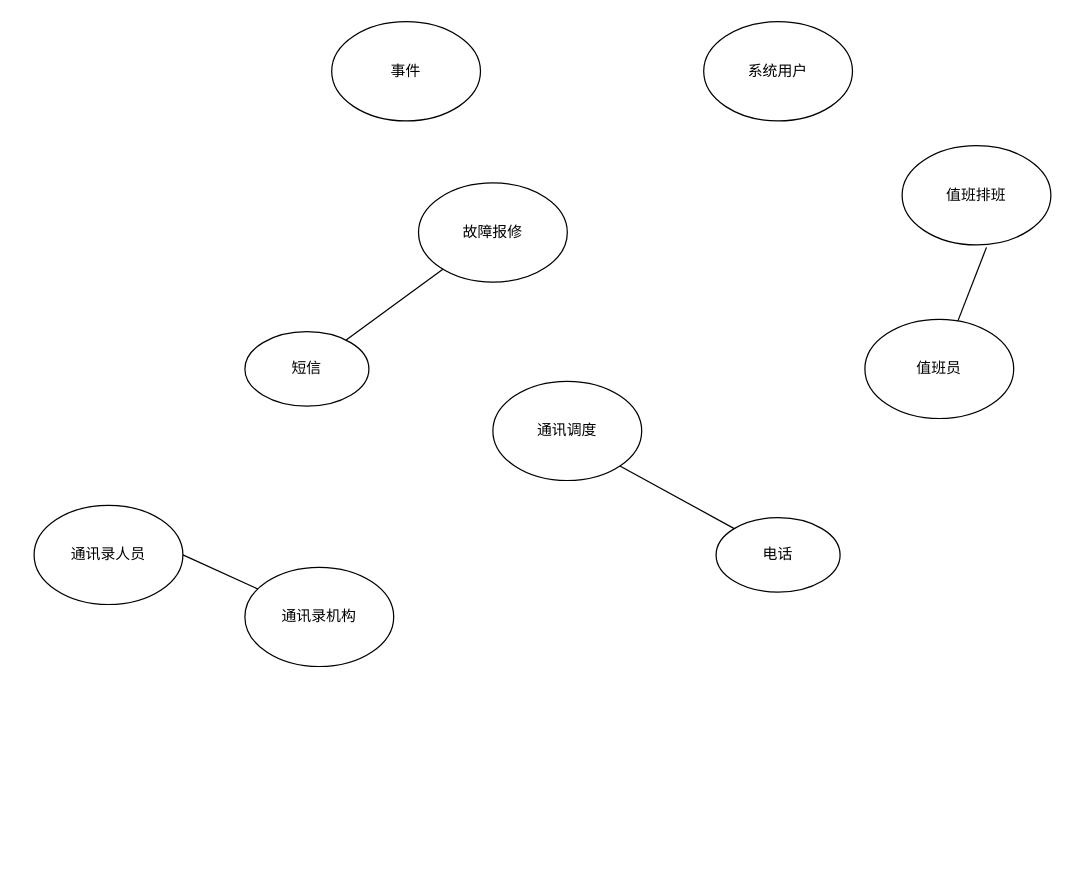
Earlier version of the draw.io diagram 数据关联分析.drawio (hejinxu/docverter). Source tidied: cells renumbered, new cells numbered last; positions are measured from the earlier drawing's top-left corner, leaving out a move shared by most shapes. Both pictures are drawn from the tidied source at 124%, with x=0, y=0 at pixel (33, 21).
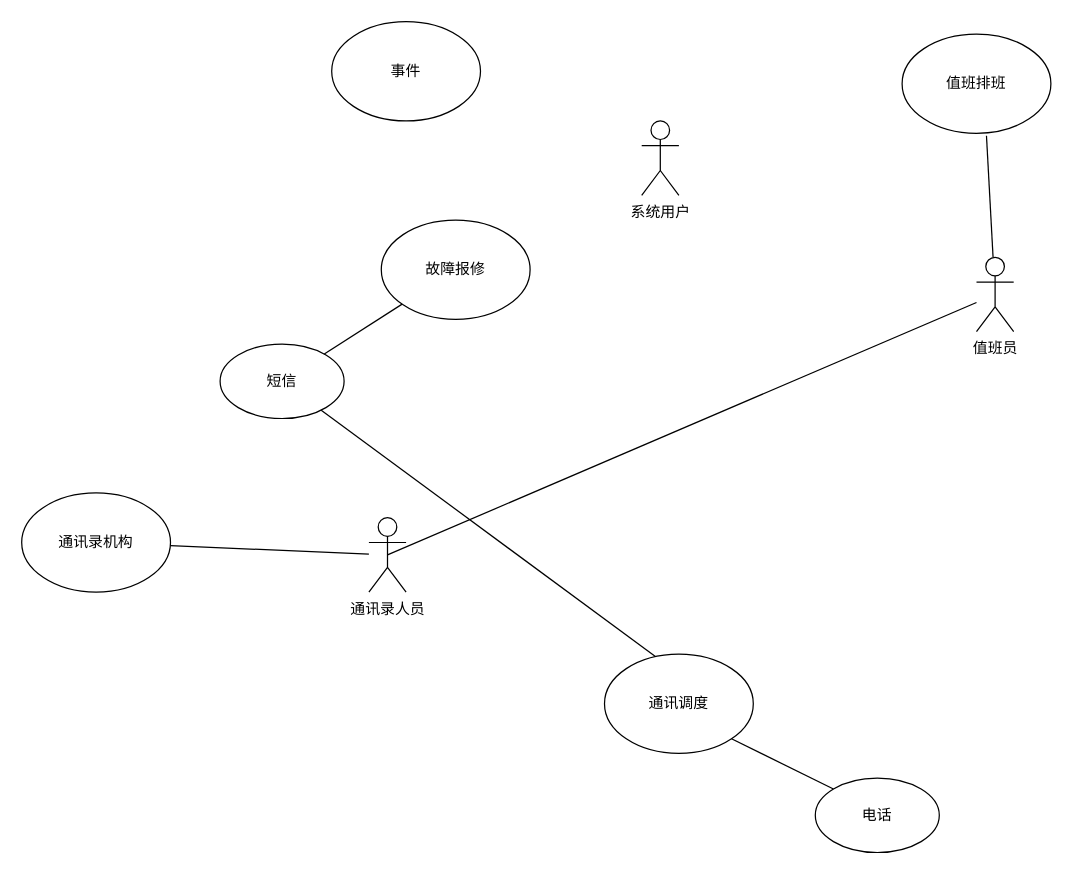
The same page after the edit.

Commit message (it also covers changes not shown here):
Update 数据关联分析.drawio

The edit, as a diff of the source:
```diff
@@
 <mxGraphModel background="#ffffff">
   <root>
     <mxCell id="0" />
     <mxCell id="1" parent="0" />
     <mxCell id="2" value="事件" style="ellipse;whiteSpace=wrap;html=1;" parent="1" vertex="1">
       <mxGeometry x="240" width="120" height="80" as="geometry" />
     </mxCell>
-    <mxCell id="3" value="通讯录人员" style="ellipse;whiteSpace=wrap;html=1;" parent="1" vertex="1">
-      <mxGeometry y="390" width="120" height="80" as="geometry" />
-    </mxCell>
     <mxCell id="4" value="通讯录机构" style="ellipse;whiteSpace=wrap;html=1;" parent="1" vertex="1">
-      <mxGeometry x="170" y="440" width="120" height="80" as="geometry" />
+      <mxGeometry x="-10" y="380" width="120" height="80" as="geometry" />
     </mxCell>
-    <mxCell id="5" style="endArrow=none;html=1;exitX=1;exitY=0.5;exitDx=0;exitDy=0;" parent="1" edge="1" source="3" target="4">
+    <mxCell id="5" style="endArrow=none;html=1;" parent="1" edge="1" source="3" target="4">
       <mxGeometry relative="1" as="geometry" />
     </mxCell>
-    <mxCell id="6" value="值班员" style="ellipse;whiteSpace=wrap;html=1;" parent="1" vertex="1">
-      <mxGeometry x="670" y="240" width="120" height="80" as="geometry" />
-    </mxCell>
-    <mxCell id="7" value="系统用户" style="ellipse;whiteSpace=wrap;html=1;" parent="1" vertex="1">
-      <mxGeometry x="540" width="120" height="80" as="geometry" />
-    </mxCell>
     <mxCell id="8" value="短信" style="ellipse;whiteSpace=wrap;html=1;" parent="1" vertex="1">
-      <mxGeometry x="170" y="250" width="100" height="60" as="geometry" />
+      <mxGeometry x="150" y="260" width="100" height="60" as="geometry" />
     </mxCell>
     <mxCell id="9" value="故障报修" style="ellipse;whiteSpace=wrap;html=1;" parent="1" vertex="1">
-      <mxGeometry x="310" y="130" width="120" height="80" as="geometry" />
+      <mxGeometry x="280" y="160" width="120" height="80" as="geometry" />
     </mxCell>
     <mxCell id="10" value="通讯调度" style="ellipse;whiteSpace=wrap;html=1;" parent="1" vertex="1">
-      <mxGeometry x="370" y="290" width="120" height="80" as="geometry" />
+      <mxGeometry x="460" y="510" width="120" height="80" as="geometry" />
     </mxCell>
     <mxCell id="11" value="电话" style="ellipse;whiteSpace=wrap;html=1;" parent="1" vertex="1">
-      <mxGeometry x="550" y="400" width="100" height="60" as="geometry" />
+      <mxGeometry x="630" y="610" width="100" height="60" as="geometry" />
     </mxCell>
     <mxCell id="12" style="endArrow=none;html=1;" parent="1" edge="1" source="8" target="9">
       <mxGeometry relative="1" as="geometry" />
     </mxCell>
     <mxCell id="13" style="endArrow=none;html=1;entryX=0;entryY=0;entryDx=0;entryDy=0;exitX=1;exitY=1;exitDx=0;exitDy=0;" parent="1" edge="1" source="10" target="11">
       <mxGeometry relative="1" as="geometry" />
     </mxCell>
     <mxCell id="14" value="值班排班" style="ellipse;whiteSpace=wrap;html=1;" parent="1" vertex="1">
-      <mxGeometry x="700" y="100" width="120" height="80" as="geometry" />
+      <mxGeometry x="700" y="10" width="120" height="80" as="geometry" />
     </mxCell>
     <mxCell id="15" style="endArrow=none;html=1;entryX=0.567;entryY=1.025;entryDx=0;entryDy=0;entryPerimeter=0;" parent="1" edge="1" source="6" target="14">
       <mxGeometry relative="1" as="geometry" />
     </mxCell>
+    <mxCell id="7" value="系统用户" style="shape=umlActor;verticalLabelPosition=bottom;verticalAlign=top;html=1;" parent="1" vertex="1">
+      <mxGeometry x="490" y="80" width="30" height="60" as="geometry" />
+    </mxCell>
+    <mxCell id="6" value="值班员" style="shape=umlActor;verticalLabelPosition=bottom;verticalAlign=top;html=1;outlineConnect=0;" parent="1" vertex="1">
+      <mxGeometry x="760" y="190" width="30" height="60" as="geometry" />
+    </mxCell>
+    <mxCell id="16" style="endArrow=none;html=1;exitX=0.5;exitY=0.5;exitDx=0;exitDy=0;exitPerimeter=0;" parent="1" edge="1" source="3" target="6">
+      <mxGeometry relative="1" as="geometry" />
+    </mxCell>
+    <mxCell id="3" value="通讯录人员" style="shape=umlActor;verticalLabelPosition=bottom;verticalAlign=top;html=1;outlineConnect=0;" parent="1" vertex="1">
+      <mxGeometry x="270" y="400" width="30" height="60" as="geometry" />
+    </mxCell>
+    <mxCell id="17" style="endArrow=none;html=1;exitX=0.342;exitY=0.025;exitDx=0;exitDy=0;exitPerimeter=0;" parent="1" edge="1" source="10" target="8">
+      <mxGeometry relative="1" as="geometry" />
+    </mxCell>
   </root>
 </mxGraphModel>
```
